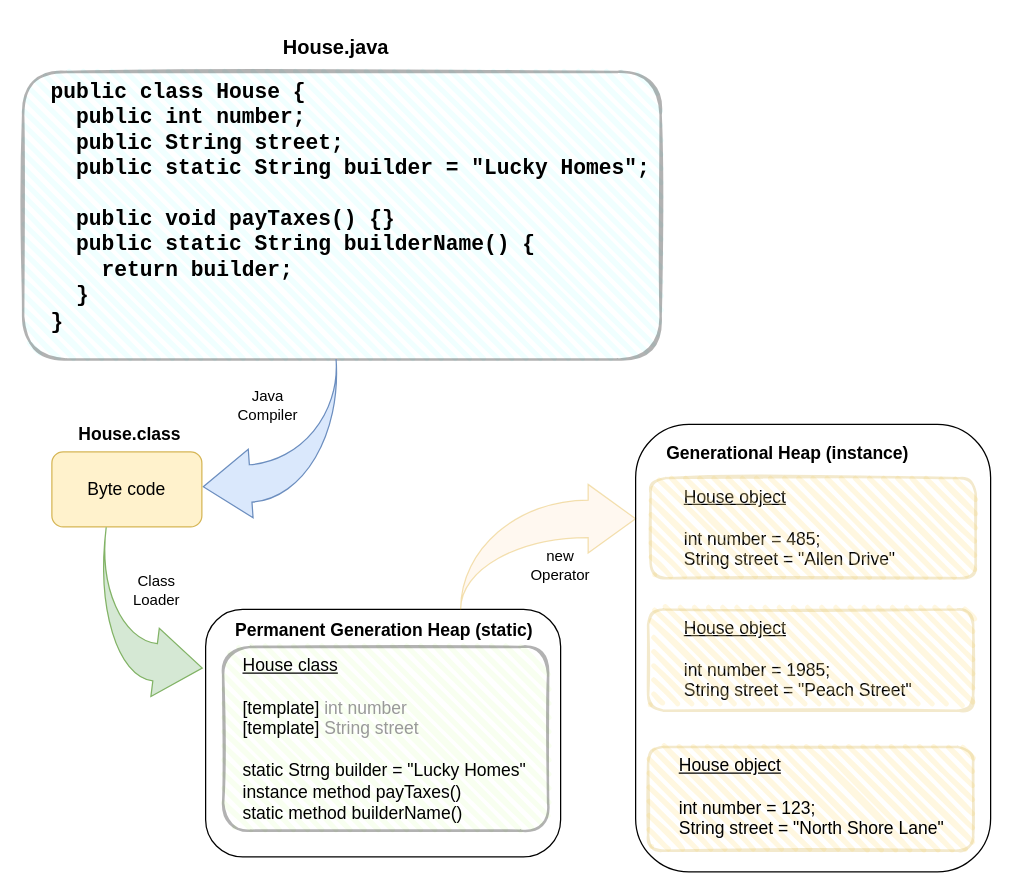
Above: Class and Object.drawio in DrOldGuy/java-building-blocks (draw.io), before the change. Source tidied: cells renumbered, new cells numbered last; positions are measured from the earlier drawing's top-left corner, leaving out a move shared by most shapes. Both pictures are drawn from the tidied source at 125%, with x=0, y=0 at pixel (22, 21).
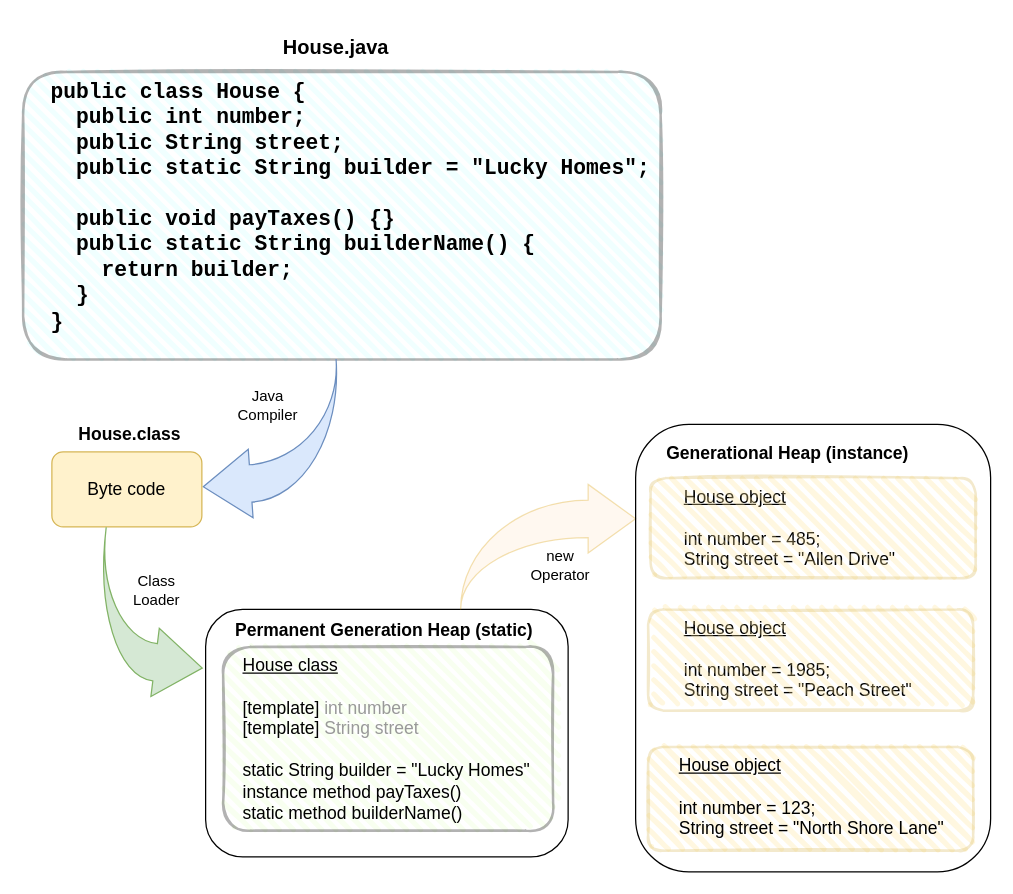
The same page after the edit.

Commit message (it also covers changes not shown here):
Corrected spelling error

Diff of the diagram source:
```diff
@@
     <mxCell id="9" style="rounded=1;whiteSpace=wrap;html=1;fillColor=none;" parent="1" vertex="1">
-      <mxGeometry x="146" y="470" width="284" height="198" as="geometry" />
+      <mxGeometry x="146" y="470" width="290" height="198" as="geometry" />
     </mxCell>
@@
     <mxCell id="11" style="rounded=1;whiteSpace=wrap;html=1;strokeWidth=2;fillWeight=4;hachureGap=8;hachureAngle=45;fillColor=#E6FFCC;sketch=1;opacity=30;" parent="1" vertex="1">
-      <mxGeometry x="160" y="500" width="260" height="147" as="geometry" />
+      <mxGeometry x="160" y="500" width="264" height="147" as="geometry" />
     </mxCell>
-    <mxCell id="12" value="&lt;u style=&quot;font-size: 14px;&quot;&gt;House class&lt;/u&gt;&lt;br style=&quot;font-size: 14px;&quot;&gt;&lt;br&gt;[template] &lt;font color=&quot;#999999&quot;&gt;int number&lt;/font&gt;&lt;br&gt;[template] &lt;font color=&quot;#999999&quot;&gt;String street&lt;/font&gt;&lt;br&gt;&lt;br style=&quot;font-size: 14px;&quot;&gt;static Strng builder = &quot;Lucky Homes&quot;&lt;br style=&quot;font-size: 14px;&quot;&gt;instance method payTaxes()&lt;br style=&quot;font-size: 14px;&quot;&gt;static method builderName()" style="text;html=1;strokeColor=none;fillColor=none;align=left;verticalAlign=top;whiteSpace=wrap;rounded=0;fontSize=14;" parent="1" vertex="1">
-      <mxGeometry x="174" y="500" width="231" height="100" as="geometry" />
+    <mxCell id="12" value="&lt;u style=&quot;font-size: 14px;&quot;&gt;House class&lt;/u&gt;&lt;br style=&quot;font-size: 14px;&quot;&gt;&lt;br&gt;[template] &lt;font color=&quot;#999999&quot;&gt;int number&lt;/font&gt;&lt;br&gt;[template] &lt;font color=&quot;#999999&quot;&gt;String street&lt;/font&gt;&lt;br&gt;&lt;br style=&quot;font-size: 14px;&quot;&gt;static String builder = &quot;Lucky Homes&quot;&lt;br style=&quot;font-size: 14px;&quot;&gt;instance method payTaxes()&lt;br style=&quot;font-size: 14px;&quot;&gt;static method builderName()" style="text;html=1;strokeColor=none;fillColor=none;align=left;verticalAlign=top;whiteSpace=wrap;rounded=0;fontSize=14;" parent="1" vertex="1">
+      <mxGeometry x="174" y="500" width="232" height="100" as="geometry" />
     </mxCell>
```
